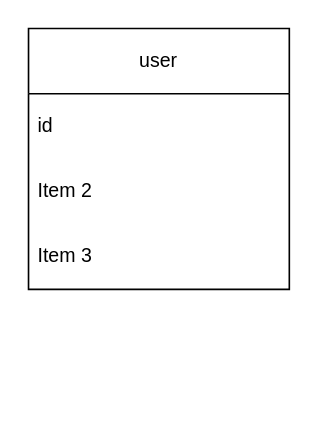
X76-A/documents keeps this draw.io diagram as architecture/ProjectX76-A.drawio. Above is the earlier version. Source tidied: cells renumbered, new cells numbered last; positions are measured from the earlier drawing's top-left corner, leaving out a move shared by most shapes. Both pictures are drawn from the tidied source at 163%, with x=0, y=0 at pixel (28, 28).
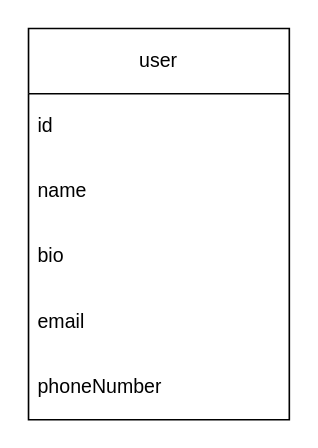
The same page after the edit.

What changed in the source:
```diff
@@
 <mxGraphModel>
   <root>
     <mxCell id="0" />
     <mxCell id="1" parent="0" />
     <mxCell id="2" value="user" style="swimlane;fontStyle=0;horizontal=1;startSize=40;whiteSpace=wrap;html=1;" parent="1" vertex="1">
-      <mxGeometry width="160" height="160" as="geometry" />
+      <mxGeometry width="160" height="240" as="geometry" />
     </mxCell>
     <mxCell id="3" value="id" style="text;strokeColor=none;fillColor=none;align=left;verticalAlign=middle;spacingLeft=4;spacingRight=4;overflow=hidden;whiteSpace=wrap;html=1;" parent="2" vertex="1">
       <mxGeometry y="40" width="160" height="40" as="geometry" />
     </mxCell>
+    <mxCell id="6" value="name" style="text;strokeColor=none;fillColor=none;align=left;verticalAlign=middle;spacingLeft=4;spacingRight=4;overflow=hidden;whiteSpace=wrap;html=1;" parent="2" vertex="1">
+      <mxGeometry y="80" width="160" height="40" as="geometry" />
+    </mxCell>
+    <mxCell id="7" value="bio" style="text;strokeColor=none;fillColor=none;align=left;verticalAlign=middle;spacingLeft=4;spacingRight=4;overflow=hidden;whiteSpace=wrap;html=1;" parent="2" vertex="1">
+      <mxGeometry y="120" width="160" height="40" as="geometry" />
+    </mxCell>
-    <mxCell id="4" value="Item 2" style="text;strokeColor=none;fillColor=none;align=left;verticalAlign=middle;spacingLeft=4;spacingRight=4;overflow=hidden;whiteSpace=wrap;html=1;" parent="2" vertex="1">
-      <mxGeometry y="80" width="160" height="40" as="geometry" />
+    <mxCell id="4" value="email" style="text;strokeColor=none;fillColor=none;align=left;verticalAlign=middle;spacingLeft=4;spacingRight=4;overflow=hidden;whiteSpace=wrap;html=1;" parent="2" vertex="1">
+      <mxGeometry y="160" width="160" height="40" as="geometry" />
     </mxCell>
-    <mxCell id="5" value="Item 3" style="text;strokeColor=none;fillColor=none;align=left;verticalAlign=middle;spacingLeft=4;spacingRight=4;overflow=hidden;whiteSpace=wrap;html=1;" parent="2" vertex="1">
-      <mxGeometry y="120" width="160" height="40" as="geometry" />
+    <mxCell id="5" value="phoneNumber" style="text;strokeColor=none;fillColor=none;align=left;verticalAlign=middle;spacingLeft=4;spacingRight=4;overflow=hidden;whiteSpace=wrap;html=1;" parent="2" vertex="1">
+      <mxGeometry y="200" width="160" height="40" as="geometry" />
     </mxCell>
   </root>
 </mxGraphModel>
```
